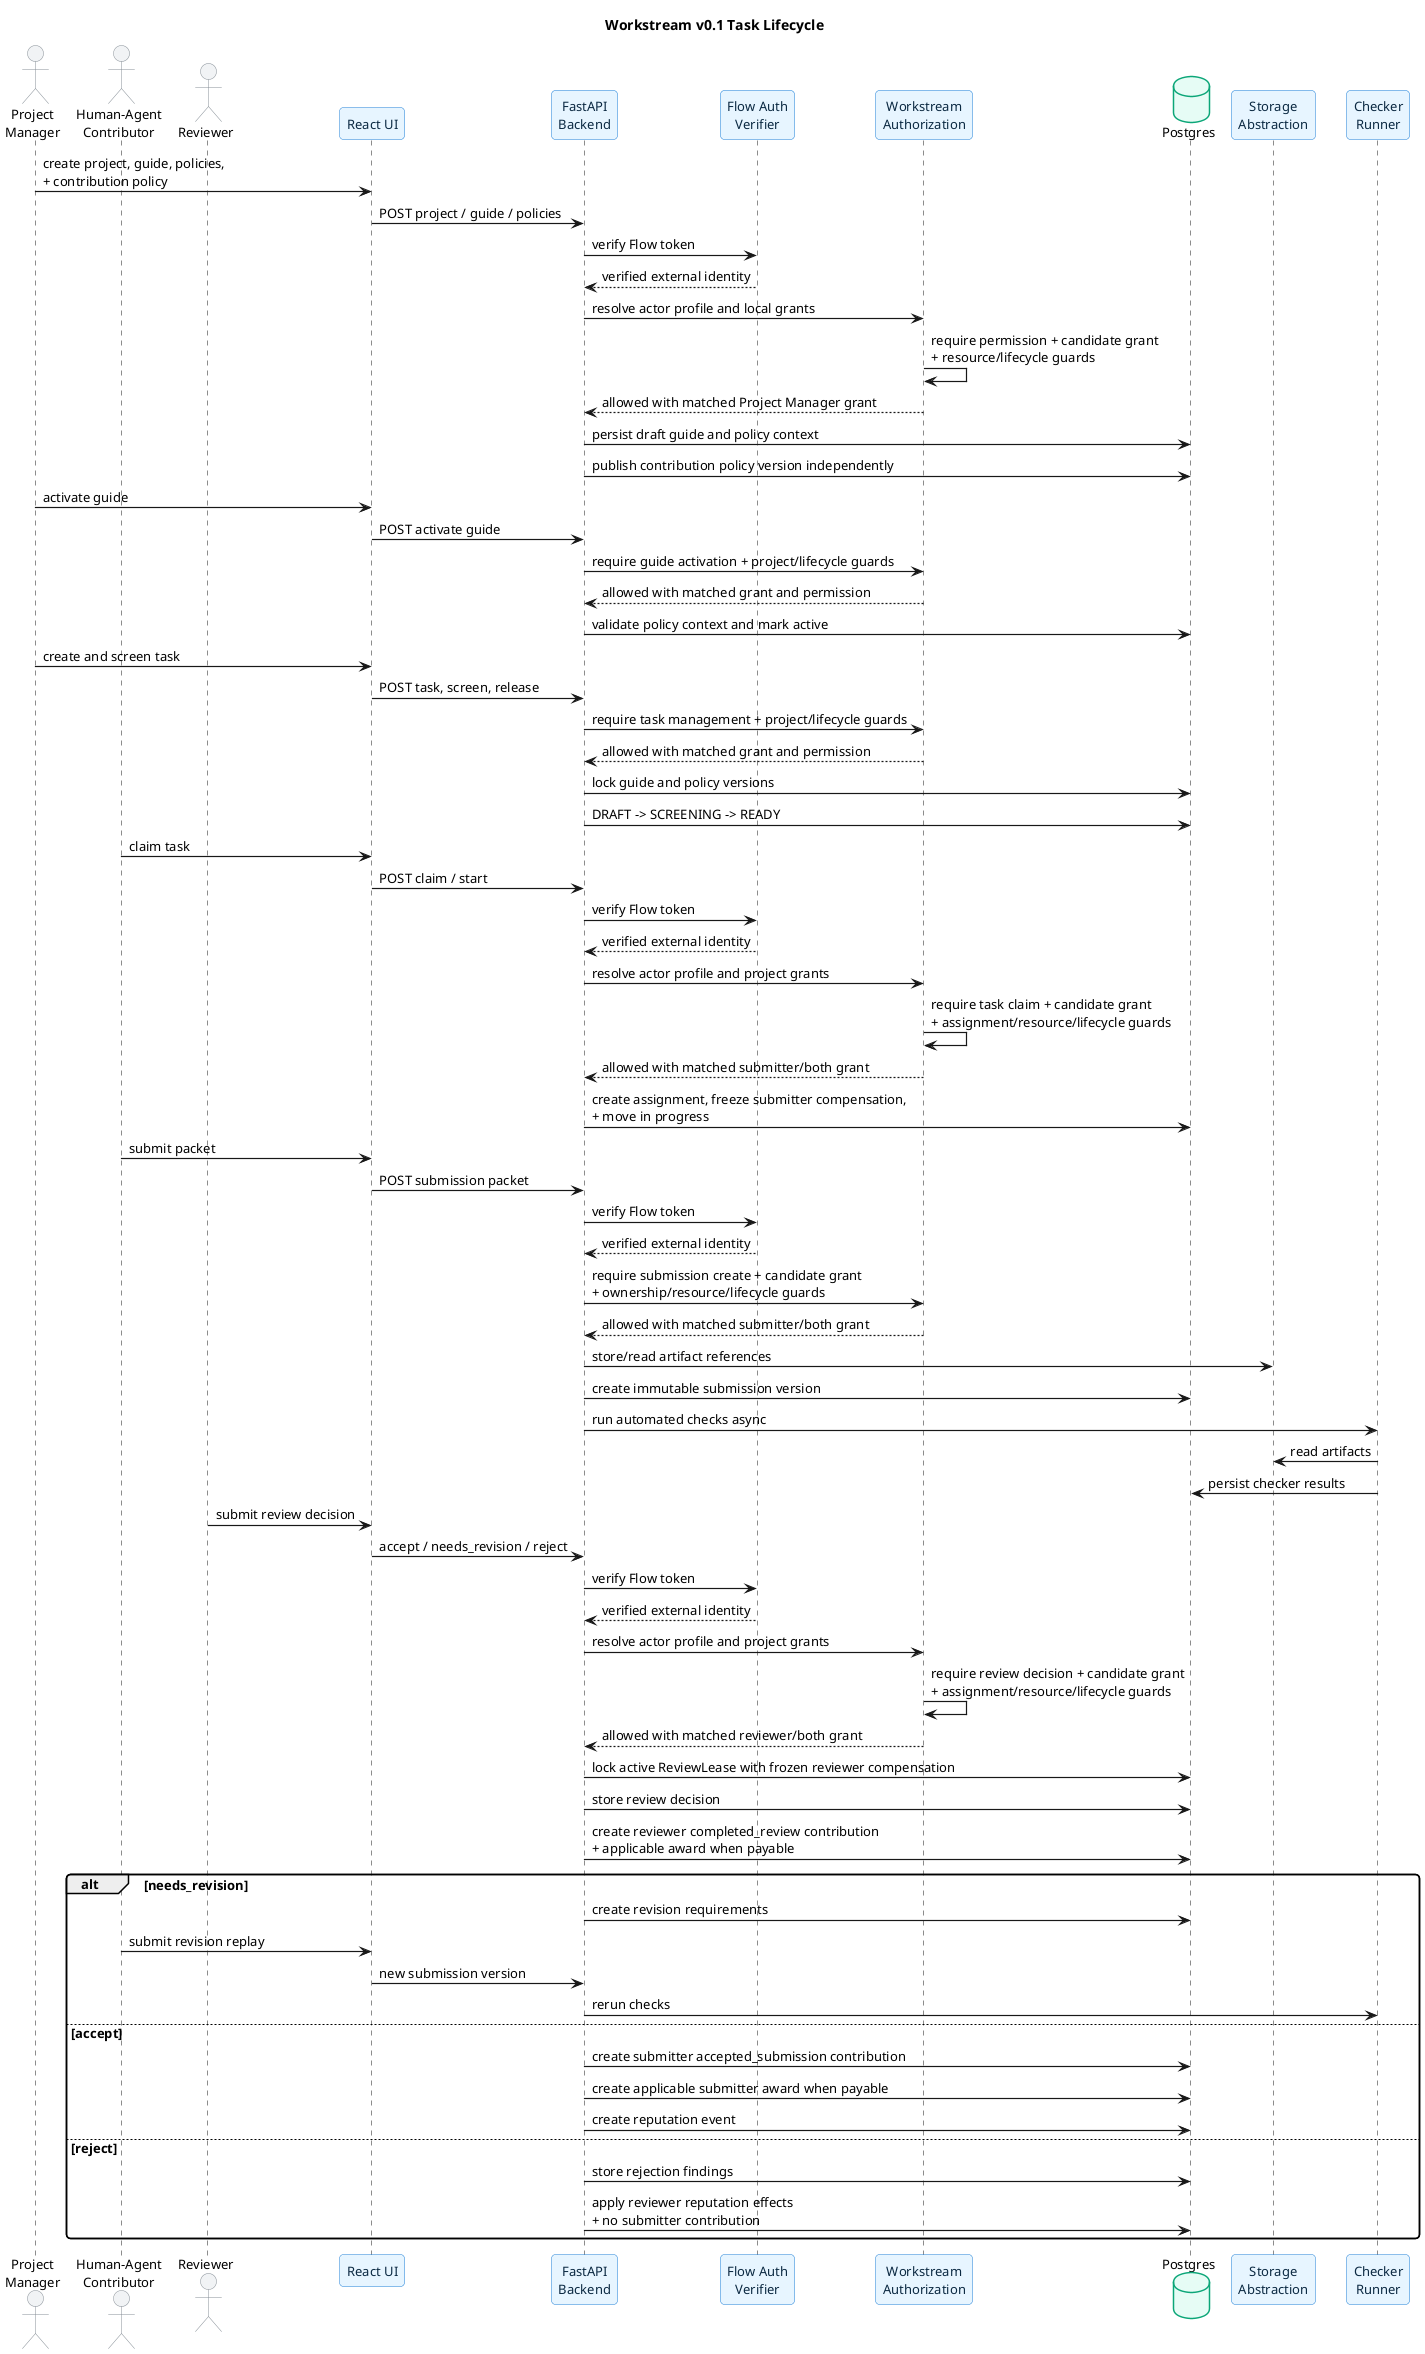
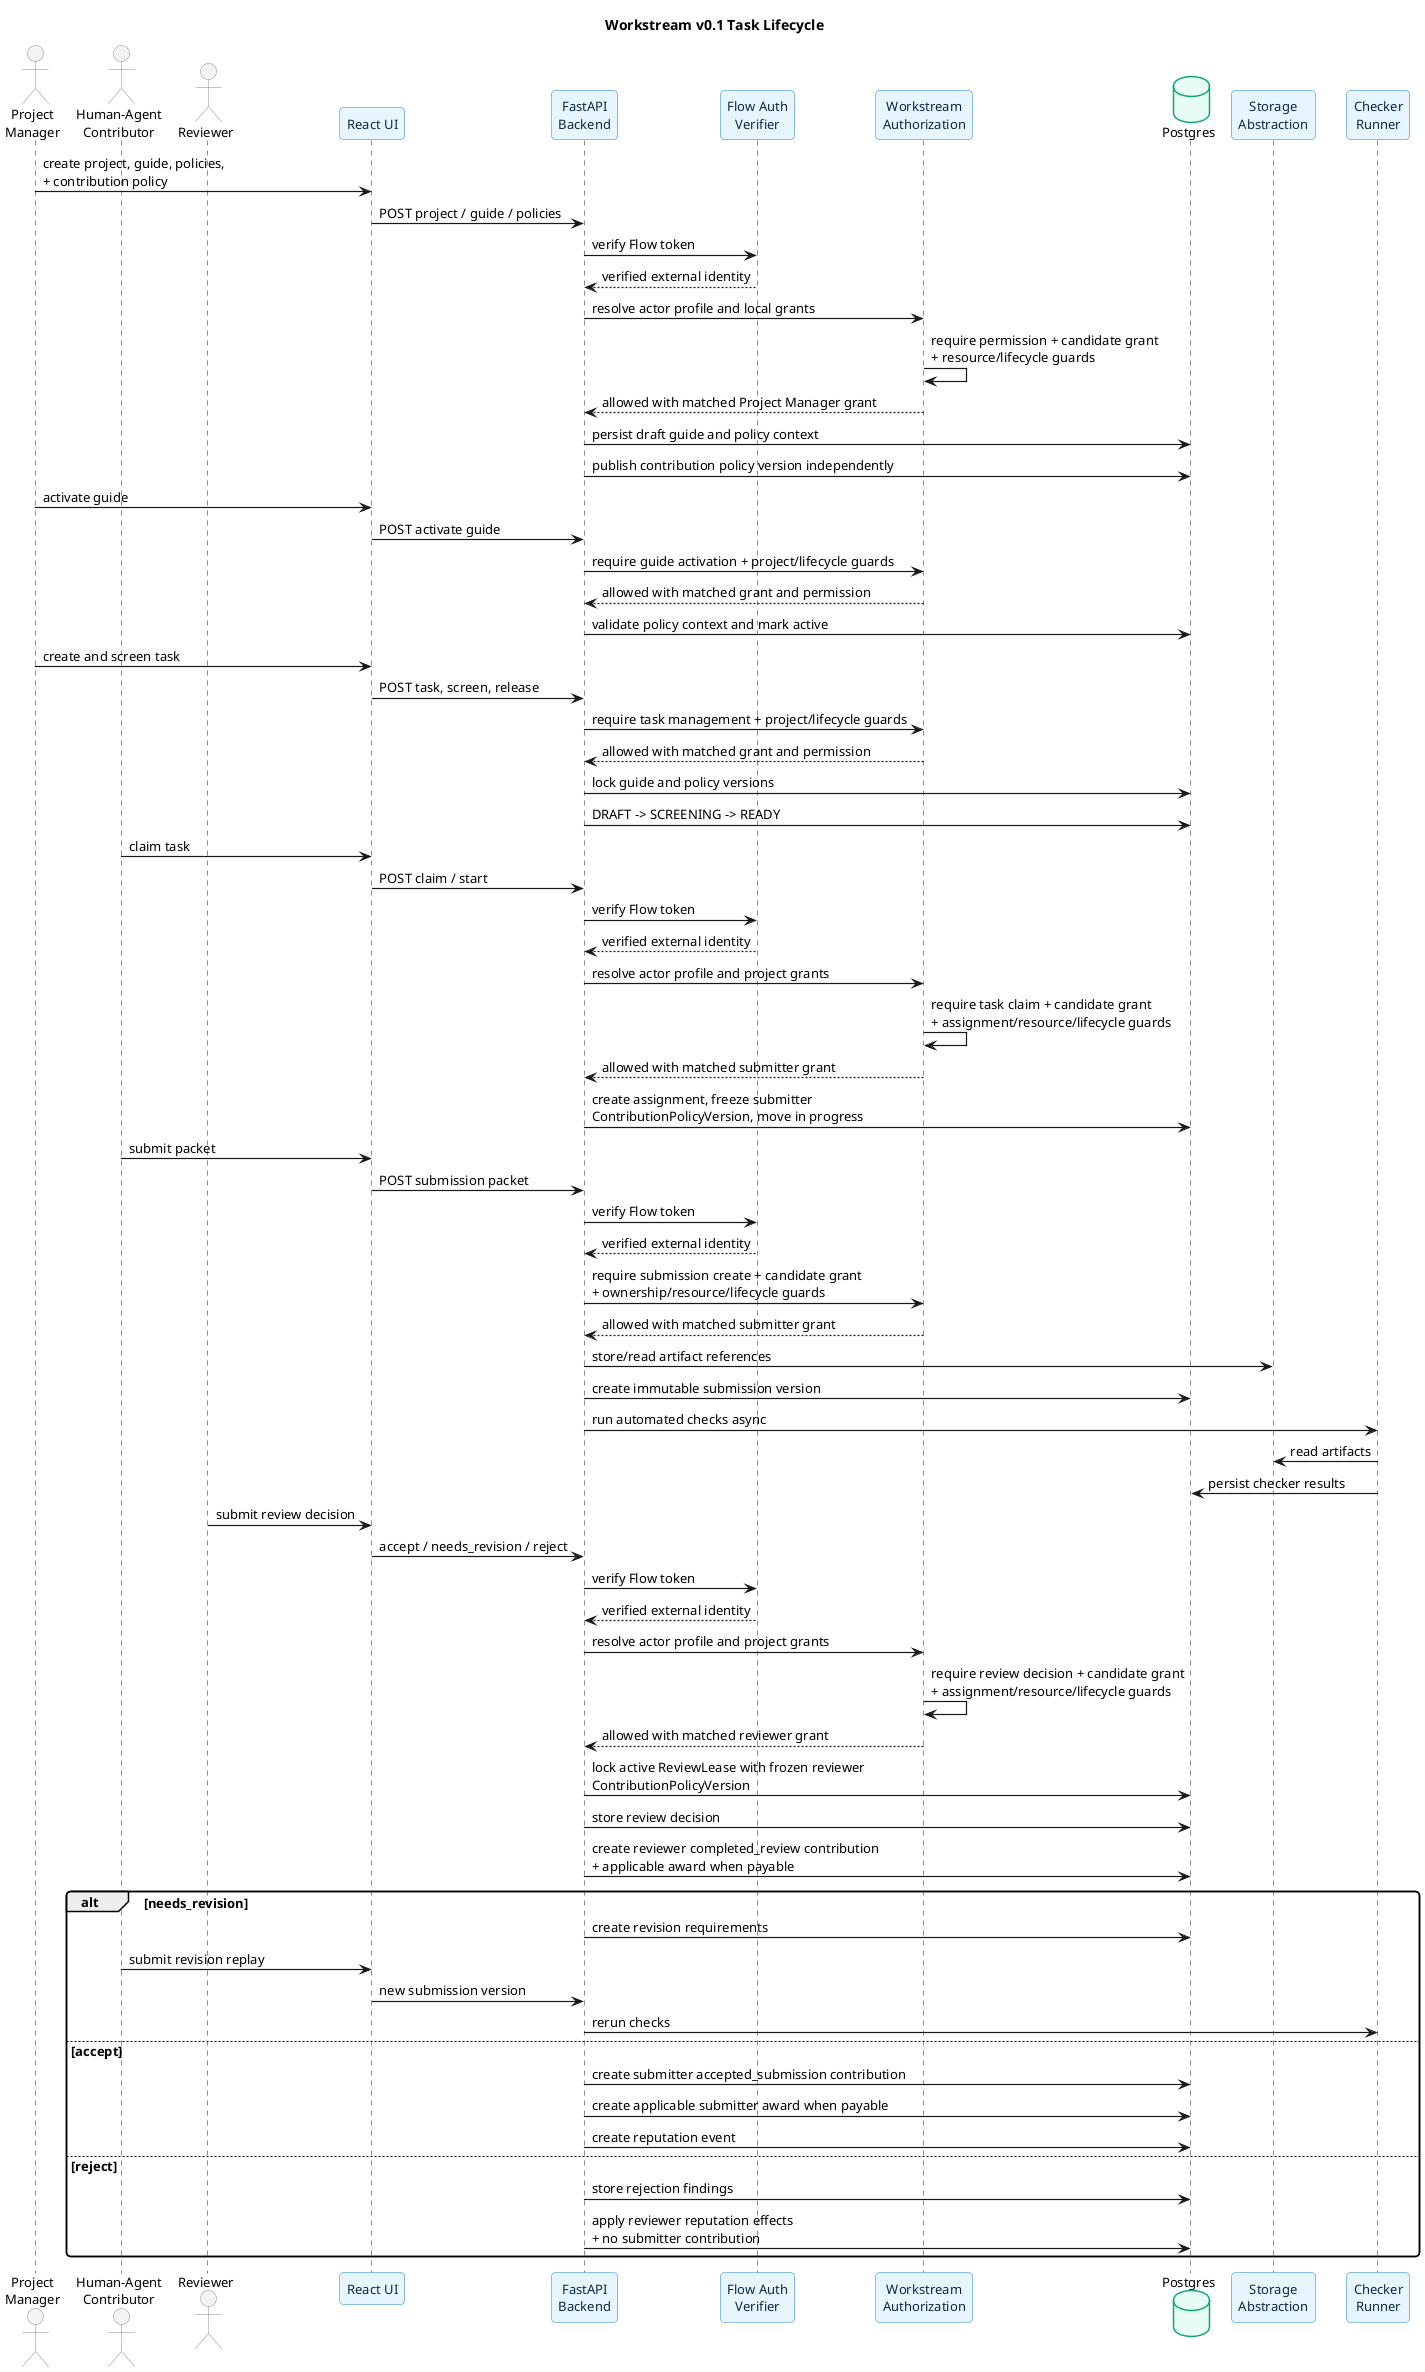
@startuml task_lifecycle_sequence
title Workstream v0.1 Task Lifecycle

skinparam backgroundColor #FFFFFF
skinparam shadowing false
skinparam roundcorner 8
skinparam defaultFontName Arial
skinparam defaultFontSize 13
skinparam SequenceArrowThickness 1.2
skinparam ParticipantBorderColor #1C7ED6
skinparam ParticipantBackgroundColor #E7F5FF
skinparam ParticipantFontColor #0B2942
skinparam ActorBorderColor #868E96
skinparam ActorBackgroundColor #F1F3F5
skinparam DatabaseBorderColor #0CA678
skinparam DatabaseBackgroundColor #E6FCF5

actor "Project\nManager" as PM
actor "Human-Agent\nContributor" as Contributor
actor Reviewer
participant "React UI" as UI
participant "FastAPI\nBackend" as API
participant "Flow Auth\nVerifier" as Auth
participant "Workstream\nAuthorization" as Authorization
database "Postgres" as DB
participant "Storage\nAbstraction" as Storage
participant "Checker\nRunner" as Checks

PM -> UI : create project, guide, policies,\n+ contribution policy
UI -> API : POST project / guide / policies
API -> Auth : verify Flow token
Auth --> API : verified external identity
API -> Authorization : resolve actor profile and local grants
Authorization -> Authorization : require permission + candidate grant\n+ resource/lifecycle guards
Authorization --> API : allowed with matched Project Manager grant
API -> DB : persist draft guide and policy context
API -> DB : publish contribution policy version independently

PM -> UI : activate guide
UI -> API : POST activate guide
API -> Authorization : require guide activation + project/lifecycle guards
Authorization --> API : allowed with matched grant and permission
API -> DB : validate policy context and mark active

PM -> UI : create and screen task
UI -> API : POST task, screen, release
API -> Authorization : require task management + project/lifecycle guards
Authorization --> API : allowed with matched grant and permission
API -> DB : lock guide and policy versions
API -> DB : DRAFT -> SCREENING -> READY

Contributor -> UI : claim task
UI -> API : POST claim / start
API -> Auth : verify Flow token
Auth --> API : verified external identity
API -> Authorization : resolve actor profile and project grants
Authorization -> Authorization : require task claim + candidate grant\n+ assignment/resource/lifecycle guards
- Authorization --> API : allowed with matched submitter/both grant
- API -> DB : create assignment, freeze submitter compensation,\n+ move in progress
+ Authorization --> API : allowed with matched submitter grant
+ API -> DB : create assignment, freeze submitter\nContributionPolicyVersion, move in progress

Contributor -> UI : submit packet
UI -> API : POST submission packet
API -> Auth : verify Flow token
Auth --> API : verified external identity
API -> Authorization : require submission create + candidate grant\n+ ownership/resource/lifecycle guards
- Authorization --> API : allowed with matched submitter/both grant
+ Authorization --> API : allowed with matched submitter grant
API -> Storage : store/read artifact references
API -> DB : create immutable submission version

API -> Checks : run automated checks async
Checks -> Storage : read artifacts
Checks -> DB : persist checker results

Reviewer -> UI : submit review decision
UI -> API : accept / needs_revision / reject
API -> Auth : verify Flow token
Auth --> API : verified external identity
API -> Authorization : resolve actor profile and project grants
Authorization -> Authorization : require review decision + candidate grant\n+ assignment/resource/lifecycle guards
- Authorization --> API : allowed with matched reviewer/both grant
- API -> DB : lock active ReviewLease with frozen reviewer compensation
+ Authorization --> API : allowed with matched reviewer grant
+ API -> DB : lock active ReviewLease with frozen reviewer\nContributionPolicyVersion
API -> DB : store review decision
API -> DB : create reviewer completed_review contribution\n+ applicable award when payable

alt needs_revision
  API -> DB : create revision requirements
  Contributor -> UI : submit revision replay
  UI -> API : new submission version
  API -> Checks : rerun checks
else accept
  API -> DB : create submitter accepted_submission contribution
  API -> DB : create applicable submitter award when payable
  API -> DB : create reputation event
else reject
  API -> DB : store rejection findings
  API -> DB : apply reviewer reputation effects\n+ no submitter contribution
end
@enduml
